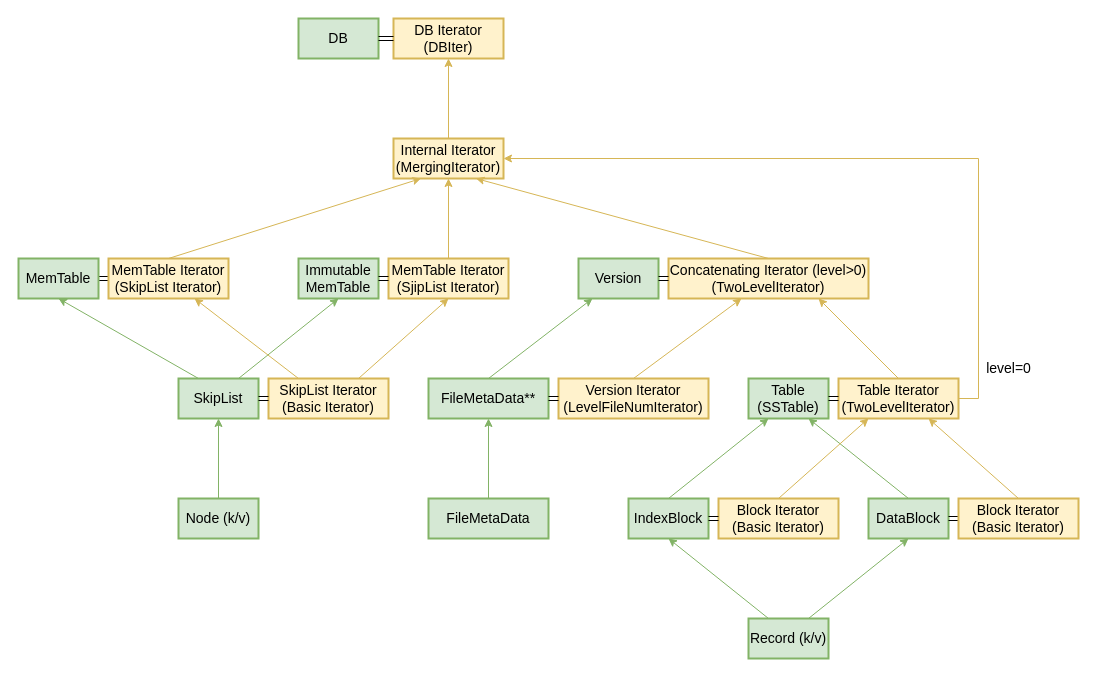
Earlier version of the draw.io diagram posts/code-reading/leveldb-made-simple/8-iterator/assets/iterator.drawio (MrCroxx/mrcroxx.github.io). Source tidied: cells renumbered, new cells numbered last; positions are measured from the earlier drawing's top-left corner, leaving out a move shared by most shapes. Both pictures are drawn from the tidied source at 100%, with x=0, y=0 at pixel (18, 18).
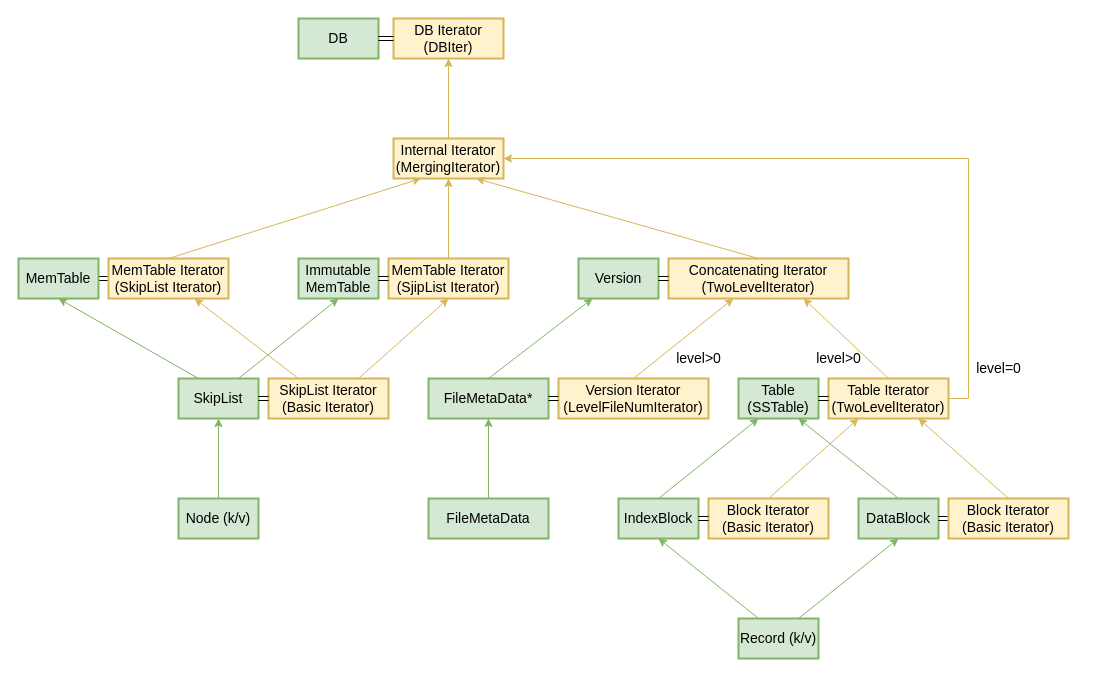
The same page after the edit.

The edit, as a diff of the source:
```diff
@@
     <mxCell id="12" value="&lt;font style=&quot;font-size: 14px&quot;&gt;Record (k/v)&lt;br&gt;&lt;/font&gt;" style="rounded=0;whiteSpace=wrap;html=1;fillColor=#d5e8d4;strokeColor=#82b366;strokeWidth=2;" parent="1" vertex="1">
-      <mxGeometry x="730" y="600" width="80" height="40" as="geometry" />
+      <mxGeometry x="720" y="600" width="80" height="40" as="geometry" />
     </mxCell>
@@
     <mxCell id="14" value="&lt;font style=&quot;font-size: 14px&quot;&gt;DataBlock&lt;br&gt;&lt;/font&gt;" style="rounded=0;whiteSpace=wrap;html=1;fillColor=#d5e8d4;strokeColor=#82b366;strokeWidth=2;" parent="1" vertex="1">
-      <mxGeometry x="850" y="480" width="80" height="40" as="geometry" />
+      <mxGeometry x="840" y="480" width="80" height="40" as="geometry" />
     </mxCell>
@@
     <mxCell id="17" value="&lt;font style=&quot;font-size: 14px&quot;&gt;Block Iterator&lt;br&gt;(Basic Iterator)&lt;br&gt;&lt;/font&gt;" style="rounded=0;whiteSpace=wrap;html=1;fillColor=#fff2cc;strokeColor=#d6b656;strokeWidth=2;" parent="1" vertex="1">
-      <mxGeometry x="940" y="480" width="120" height="40" as="geometry" />
+      <mxGeometry x="930" y="480" width="120" height="40" as="geometry" />
     </mxCell>
@@
     <mxCell id="19" value="&lt;font style=&quot;font-size: 14px&quot;&gt;IndexBlock&lt;br&gt;&lt;/font&gt;" style="rounded=0;whiteSpace=wrap;html=1;fillColor=#d5e8d4;strokeColor=#82b366;strokeWidth=2;" parent="1" vertex="1">
-      <mxGeometry x="610" y="480" width="80" height="40" as="geometry" />
+      <mxGeometry x="600" y="480" width="80" height="40" as="geometry" />
     </mxCell>
@@
     <mxCell id="21" value="&lt;font style=&quot;font-size: 14px&quot;&gt;Block Iterator&lt;br&gt;(Basic Iterator)&lt;br&gt;&lt;/font&gt;" style="rounded=0;whiteSpace=wrap;html=1;fillColor=#fff2cc;strokeColor=#d6b656;strokeWidth=2;" parent="1" vertex="1">
-      <mxGeometry x="700" y="480" width="120" height="40" as="geometry" />
+      <mxGeometry x="690" y="480" width="120" height="40" as="geometry" />
     </mxCell>
@@
     <mxCell id="23" value="&lt;font style=&quot;font-size: 14px&quot;&gt;Table&lt;br&gt;(SSTable)&lt;br&gt;&lt;/font&gt;" style="rounded=0;whiteSpace=wrap;html=1;fillColor=#d5e8d4;strokeColor=#82b366;strokeWidth=2;" parent="1" vertex="1">
-      <mxGeometry x="730" y="360" width="80" height="40" as="geometry" />
+      <mxGeometry x="720" y="360" width="80" height="40" as="geometry" />
     </mxCell>
@@
     <mxCell id="26" value="&lt;font style=&quot;font-size: 14px&quot;&gt;Table Iterator&lt;br&gt;(TwoLevelIterator)&lt;br&gt;&lt;/font&gt;" style="rounded=0;whiteSpace=wrap;html=1;fillColor=#fff2cc;strokeColor=#d6b656;strokeWidth=2;" parent="1" vertex="1">
-      <mxGeometry x="820" y="360" width="120" height="40" as="geometry" />
+      <mxGeometry x="810" y="360" width="120" height="40" as="geometry" />
     </mxCell>
@@
-    <mxCell id="43" value="&lt;font style=&quot;font-size: 14px&quot;&gt;Concatenating Iterator (level&amp;gt;0)&lt;br&gt;(TwoLevelIterator)&lt;br&gt;&lt;/font&gt;" style="rounded=0;whiteSpace=wrap;html=1;fillColor=#fff2cc;strokeColor=#d6b656;strokeWidth=2;" parent="1" vertex="1">
-      <mxGeometry x="650" y="240" width="200" height="40" as="geometry" />
+    <mxCell id="43" value="&lt;font style=&quot;font-size: 14px&quot;&gt;Concatenating Iterator&lt;br&gt;(TwoLevelIterator)&lt;br&gt;&lt;/font&gt;" style="rounded=0;whiteSpace=wrap;html=1;fillColor=#fff2cc;strokeColor=#d6b656;strokeWidth=2;" parent="1" vertex="1">
+      <mxGeometry x="650" y="240" width="180" height="40" as="geometry" />
     </mxCell>
@@
-    <mxCell id="46" value="&lt;font style=&quot;font-size: 14px&quot;&gt;FileMetaData**&lt;br&gt;&lt;/font&gt;" style="rounded=0;whiteSpace=wrap;html=1;fillColor=#d5e8d4;strokeColor=#82b366;strokeWidth=2;" parent="1" vertex="1">
+    <mxCell id="46" value="&lt;font style=&quot;font-size: 14px&quot;&gt;FileMetaData*&lt;br&gt;&lt;/font&gt;" style="rounded=0;whiteSpace=wrap;html=1;fillColor=#d5e8d4;strokeColor=#82b366;strokeWidth=2;" parent="1" vertex="1">
       <mxGeometry x="410" y="360" width="120" height="40" as="geometry" />
     </mxCell>
@@
     <mxCell id="53" value="&lt;span style=&quot;font-size: 14px&quot;&gt;level=0&lt;/span&gt;" style="text;html=1;align=center;verticalAlign=middle;" parent="1" vertex="1">
-      <mxGeometry x="960" y="340" width="60" height="20" as="geometry" />
+      <mxGeometry x="950" y="340" width="60" height="20" as="geometry" />
     </mxCell>
+    <mxCell id="54" value="&lt;span style=&quot;font-size: 14px&quot;&gt;level&amp;gt;0&lt;/span&gt;" style="text;html=1;align=center;verticalAlign=middle;" parent="1" vertex="1">
+      <mxGeometry x="650" y="330" width="60" height="20" as="geometry" />
+    </mxCell>
+    <mxCell id="55" value="&lt;span style=&quot;font-size: 14px&quot;&gt;level&amp;gt;0&lt;/span&gt;" style="text;html=1;align=center;verticalAlign=middle;" parent="1" vertex="1">
+      <mxGeometry x="790" y="330" width="60" height="20" as="geometry" />
+    </mxCell>
```
